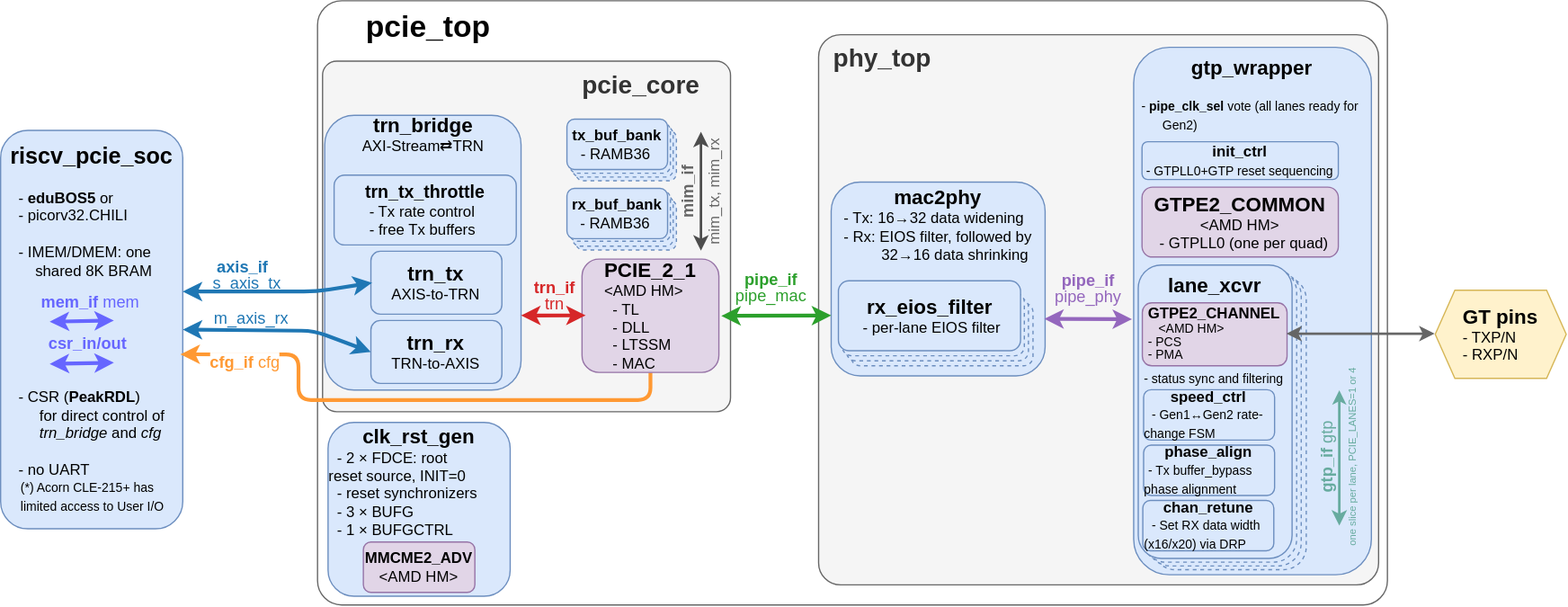
Before: 0.doc/2.rtl/block-diagram.drawio.svg, a diagram exported from draw.io (chili-chips-ba/openPCIE). Source tidied: cells renumbered, new cells last; positions are measured from the earlier drawing's top-left corner, leaving out a move shared by most shapes.
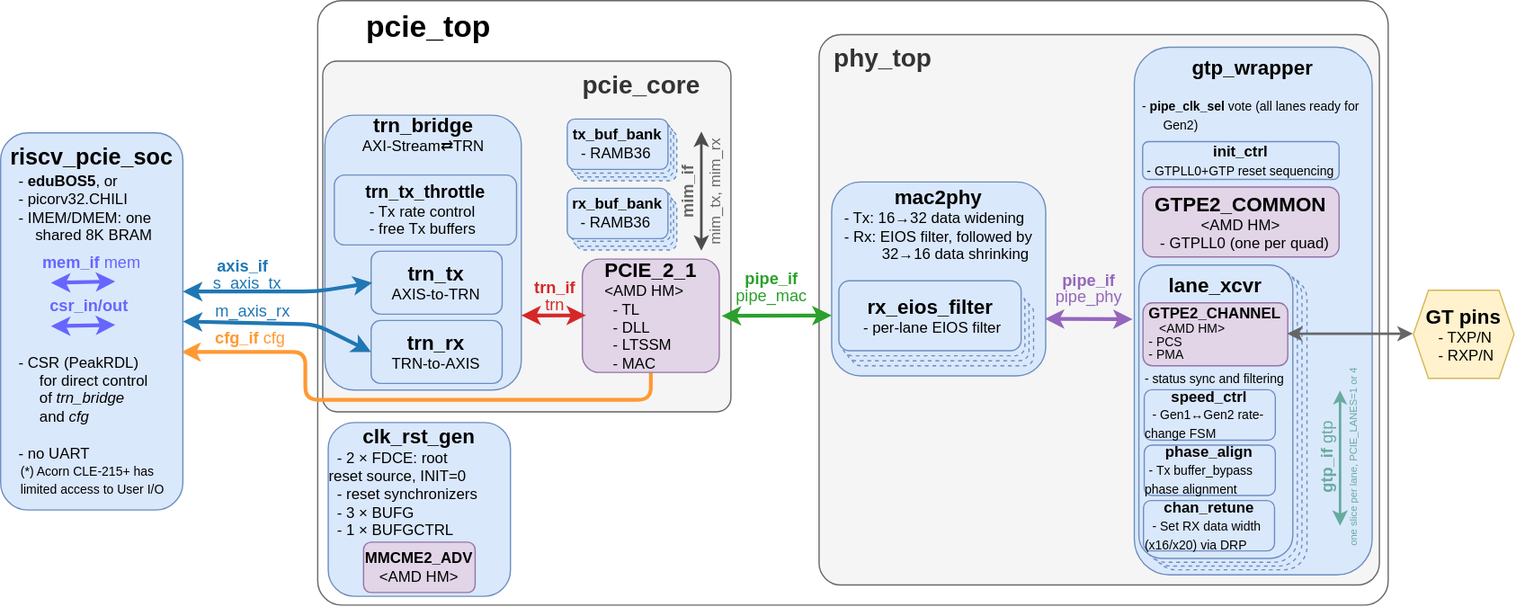
Above is the later version.

Commit message:
block diagram touchups

The edit, as a diff of the source:
```diff
@@ -26,11 +26,11 @@
     <mxCell id="9" style="rounded=1;whiteSpace=wrap;html=1;fillColor=#dae8fc;strokeColor=#6c8ebf;dashed=1;fontStyle=1;" parent="1" vertex="1">
       <mxGeometry x="675.6" y="240" width="144.7" height="50" as="geometry" />
     </mxCell>
-    <mxCell id="10" value="&lt;b&gt;&lt;font style=&quot;font-size: 16px;&quot;&gt;GT pins&lt;/font&gt;&lt;/b&gt;&lt;br&gt;&lt;div style=&quot;text-align: left;&quot;&gt;&lt;span style=&quot;background-color: transparent; color: light-dark(rgb(0, 0, 0), rgb(255, 255, 255));&quot;&gt;- TXP/N&lt;/span&gt;&lt;/div&gt;&lt;div style=&quot;text-align: left;&quot;&gt;- RXP/N&lt;/div&gt;" style="shape=hexagon;perimeter=hexagonPerimeter2;size=0.15;whiteSpace=wrap;html=1;fillColor=#fff2cc;strokeColor=#d6b656;" parent="1" vertex="1">
-      <mxGeometry x="1140" y="230" width="104.1" height="70" as="geometry" />
+    <mxCell id="10" value="&lt;b&gt;&lt;font style=&quot;font-size: 16px;&quot;&gt;GT pins&lt;/font&gt;&lt;/b&gt;&lt;br&gt;&lt;div style=&quot;text-align: left;&quot;&gt;&lt;span style=&quot;background-color: transparent; color: light-dark(rgb(0, 0, 0), rgb(255, 255, 255));&quot;&gt;&amp;nbsp; &amp;nbsp;- TXP/N&lt;/span&gt;&lt;/div&gt;&lt;div style=&quot;text-align: left;&quot;&gt;&amp;nbsp; &amp;nbsp;- RXP/N&lt;/div&gt;" style="shape=hexagon;perimeter=hexagonPerimeter2;size=0.15;whiteSpace=wrap;html=1;fillColor=#fff2cc;strokeColor=#d6b656;" parent="1" vertex="1">
+      <mxGeometry x="1122" y="230" width="80" height="70" as="geometry" />
     </mxCell>
-    <mxCell id="11" value="&lt;b&gt;&lt;font style=&quot;font-size: 18px;&quot;&gt;riscv_pcie_soc&lt;/font&gt;&lt;/b&gt;&lt;div&gt;&lt;div style=&quot;text-align: left;&quot;&gt;&lt;span style=&quot;background-color: transparent; color: light-dark(rgb(0, 0, 0), rgb(255, 255, 255));&quot;&gt;&lt;br&gt;&lt;/span&gt;&lt;/div&gt;&lt;div style=&quot;text-align: left;&quot;&gt;&lt;span style=&quot;background-color: transparent; color: light-dark(rgb(0, 0, 0), rgb(255, 255, 255));&quot;&gt;&amp;nbsp; -&amp;nbsp;&lt;/span&gt;&lt;span style=&quot;background-color: transparent; color: light-dark(rgb(0, 0, 0), rgb(255, 255, 255));&quot;&gt;&lt;b&gt;eduBOS5&lt;/b&gt; or&lt;/span&gt;&lt;/div&gt;&lt;div style=&quot;text-align: left;&quot;&gt;&lt;span style=&quot;background-color: transparent; color: light-dark(rgb(0, 0, 0), rgb(255, 255, 255));&quot;&gt;&amp;nbsp; - picorv32.CHILI&lt;/span&gt;&lt;/div&gt;&lt;div style=&quot;text-align: left;&quot;&gt;&lt;span style=&quot;background-color: transparent; color: light-dark(rgb(0, 0, 0), rgb(255, 255, 255));&quot;&gt;&amp;nbsp;&lt;/span&gt;&lt;/div&gt;&lt;div style=&quot;text-align: left;&quot;&gt;&amp;nbsp; -&amp;nbsp;IMEM/DMEM: one&lt;/div&gt;&lt;div style=&quot;text-align: left;&quot;&gt;&amp;nbsp; &amp;nbsp; &amp;nbsp; shared 8K BRAM&lt;/div&gt;&lt;div style=&quot;text-align: left;&quot;&gt;&lt;br&gt;&lt;/div&gt;&lt;div style=&quot;text-align: left;&quot;&gt;&lt;br&gt;&lt;/div&gt;&lt;div style=&quot;text-align: left;&quot;&gt;&lt;br&gt;&lt;/div&gt;&lt;div style=&quot;text-align: left;&quot;&gt;&lt;br&gt;&lt;/div&gt;&lt;div style=&quot;text-align: left;&quot;&gt;&lt;br&gt;&lt;/div&gt;&lt;div style=&quot;text-align: left;&quot;&gt;&amp;nbsp;&amp;nbsp;&lt;/div&gt;&lt;div style=&quot;text-align: left;&quot;&gt;&amp;nbsp; - CSR (&lt;b&gt;PeakRDL&lt;/b&gt;)&lt;/div&gt;&lt;div style=&quot;text-align: left;&quot;&gt;&amp;nbsp; &amp;nbsp; &amp;nbsp; &amp;nbsp;for direct control of&lt;/div&gt;&lt;div style=&quot;text-align: left;&quot;&gt;&amp;nbsp; &amp;nbsp; &amp;nbsp; &amp;nbsp;&lt;i style=&quot;background-color: transparent; color: light-dark(rgb(0, 0, 0), rgb(255, 255, 255));&quot;&gt;trn_bridge&amp;nbsp;&lt;/i&gt;&lt;span style=&quot;background-color: transparent; color: light-dark(rgb(0, 0, 0), rgb(255, 255, 255));&quot;&gt;and&lt;/span&gt;&lt;i style=&quot;background-color: transparent; color: light-dark(rgb(0, 0, 0), rgb(255, 255, 255));&quot;&gt; cfg&lt;/i&gt;&lt;/div&gt;&lt;div style=&quot;text-align: left;&quot;&gt;&lt;br&gt;&lt;/div&gt;&lt;div style=&quot;text-align: left;&quot;&gt;&lt;span style=&quot;background-color: transparent; color: light-dark(rgb(0, 0, 0), rgb(255, 255, 255));&quot;&gt;&amp;nbsp; - no UART&lt;/span&gt;&lt;/div&gt;&lt;div style=&quot;text-align: left;&quot;&gt;&lt;span style=&quot;font-size: 10px; background-color: transparent; color: light-dark(rgb(0, 0, 0), rgb(255, 255, 255));&quot;&gt;&amp;nbsp; &amp;nbsp;(*) Acorn CLE-215+ has&lt;/span&gt;&lt;span style=&quot;font-size: 10px; background-color: transparent; color: light-dark(rgb(0, 0, 0), rgb(255, 255, 255));&quot;&gt;&amp;nbsp;&lt;/span&gt;&lt;/div&gt;&lt;div style=&quot;text-align: left;&quot;&gt;&lt;span style=&quot;font-size: 10px; background-color: transparent; color: light-dark(rgb(0, 0, 0), rgb(255, 255, 255));&quot;&gt;&amp;nbsp; &amp;nbsp;limited access to User I/O&lt;br&gt;&lt;/span&gt;&lt;/div&gt;&lt;/div&gt;" style="rounded=1;whiteSpace=wrap;html=1;fillColor=#dae8fc;strokeColor=#6c8ebf;points=[[0,0,1,0,0],[0,0.125,0,0,0],[0,0.25,1,0,0],[0,0.75,1,0,0],[0,1,1,0,0],[0.25,0,1,0,0],[0.25,1,1,0,0],[0.5,0,1,0,0],[0.5,1,1,0,0],[0.75,0,1,0,0],[0.75,1,1,0,0],[1,0,1,0,0],[1,0.25,1,0,0],[1,0.4,0,0,0],[1,0.5,0,0,0],[1,0.604348,0,0,0],[1,1,1,0,0]];" parent="1" vertex="1">
-      <mxGeometry y="103" width="144.7" height="316.5" as="geometry" />
+    <mxCell id="11" value="&lt;b&gt;&lt;font style=&quot;font-size: 18px;&quot;&gt;riscv_pcie_soc&lt;/font&gt;&lt;/b&gt;&lt;div&gt;&lt;div&gt;&lt;div style=&quot;text-align: left;&quot;&gt;&lt;span style=&quot;background-color: transparent; color: light-dark(rgb(0, 0, 0), rgb(255, 255, 255));&quot;&gt;&amp;nbsp; - &lt;b&gt;eduBOS5&lt;/b&gt;, or&lt;/span&gt;&lt;/div&gt;&lt;div style=&quot;text-align: left;&quot;&gt;&lt;span style=&quot;background-color: transparent; color: light-dark(rgb(0, 0, 0), rgb(255, 255, 255));&quot;&gt;&amp;nbsp; - picorv32.CHILI&lt;/span&gt;&lt;/div&gt;&lt;div style=&quot;text-align: left;&quot;&gt;&amp;nbsp; -&amp;nbsp;IMEM/DMEM: one&lt;/div&gt;&lt;div style=&quot;text-align: left;&quot;&gt;&amp;nbsp; &amp;nbsp; &amp;nbsp; shared 8K BRAM&lt;/div&gt;&lt;div style=&quot;text-align: left;&quot;&gt;&lt;br&gt;&lt;/div&gt;&lt;div style=&quot;text-align: left;&quot;&gt;&lt;br&gt;&lt;/div&gt;&lt;div style=&quot;text-align: left;&quot;&gt;&lt;br&gt;&lt;/div&gt;&lt;div style=&quot;text-align: left;&quot;&gt;&lt;br&gt;&lt;/div&gt;&lt;div style=&quot;text-align: left;&quot;&gt;&lt;br&gt;&lt;/div&gt;&lt;div style=&quot;text-align: left;&quot;&gt;&amp;nbsp;&amp;nbsp;&lt;/div&gt;&lt;div style=&quot;text-align: left;&quot;&gt;&amp;nbsp; - CSR (PeakRDL)&lt;/div&gt;&lt;div style=&quot;text-align: left;&quot;&gt;&amp;nbsp; &amp;nbsp; &amp;nbsp; &amp;nbsp;for direct control&lt;/div&gt;&lt;div style=&quot;text-align: left;&quot;&gt;&amp;nbsp; &amp;nbsp; &amp;nbsp; &amp;nbsp;of &lt;i style=&quot;background-color: transparent; color: light-dark(rgb(0, 0, 0), rgb(255, 255, 255));&quot;&gt;trn_bridge&lt;/i&gt;&lt;/div&gt;&lt;div style=&quot;text-align: left;&quot;&gt;&lt;i style=&quot;background-color: transparent; color: light-dark(rgb(0, 0, 0), rgb(255, 255, 255));&quot;&gt;&amp;nbsp; &amp;nbsp; &amp;nbsp; &amp;nbsp;&lt;/i&gt;&lt;span style=&quot;background-color: transparent; color: light-dark(rgb(0, 0, 0), rgb(255, 255, 255));&quot;&gt;and&lt;/span&gt;&lt;i style=&quot;background-color: transparent; color: light-dark(rgb(0, 0, 0), rgb(255, 255, 255));&quot;&gt; cfg&lt;/i&gt;&lt;/div&gt;&lt;div style=&quot;text-align: left;&quot;&gt;&lt;br&gt;&lt;/div&gt;&lt;div style=&quot;text-align: left;&quot;&gt;&lt;span style=&quot;background-color: transparent; color: light-dark(rgb(0, 0, 0), rgb(255, 255, 255));&quot;&gt;&amp;nbsp; - no UART&lt;/span&gt;&lt;/div&gt;&lt;div style=&quot;text-align: left;&quot;&gt;&lt;span style=&quot;font-size: 10px; background-color: transparent; color: light-dark(rgb(0, 0, 0), rgb(255, 255, 255));&quot;&gt;&amp;nbsp; &amp;nbsp;(*) Acorn CLE-215+ has&lt;/span&gt;&lt;span style=&quot;font-size: 10px; background-color: transparent; color: light-dark(rgb(0, 0, 0), rgb(255, 255, 255));&quot;&gt;&amp;nbsp;&lt;/span&gt;&lt;/div&gt;&lt;div style=&quot;text-align: left;&quot;&gt;&lt;span style=&quot;font-size: 10px; background-color: transparent; color: light-dark(rgb(0, 0, 0), rgb(255, 255, 255));&quot;&gt;&amp;nbsp; &amp;nbsp;limited access to User I/O&lt;/span&gt;&lt;/div&gt;&lt;/div&gt;&lt;/div&gt;" style="rounded=1;whiteSpace=wrap;html=1;fillColor=#dae8fc;strokeColor=#6c8ebf;points=[[0,0,1,0,0],[0,0.125,0,0,0],[0,0.25,1,0,0],[0,0.75,1,0,0],[0,1,1,0,0],[0.25,0,1,0,0],[0.25,1,1,0,0],[0.5,0,1,0,0],[0.5,1,1,0,0],[0.75,0,1,0,0],[0.75,1,1,0,0],[1,0,1,0,0],[1,0.25,1,0,0],[1,0.4,0,0,0],[1,0.5,0,0,0],[1,0.604348,0,0,0],[1,1,1,0,0]];" parent="1" vertex="1">
+      <mxGeometry y="105" width="144.7" height="299.5" as="geometry" />
     </mxCell>
     <mxCell id="12" value="&lt;font style=&quot;font-size: 20px;&quot;&gt;pcie_core&amp;nbsp; &amp;nbsp;&amp;nbsp;&lt;/font&gt;" style="rounded=1;arcSize=4;whiteSpace=wrap;html=1;fillColor=#f5f5f5;strokeColor=#666666;fontStyle=1;verticalAlign=top;align=right;spacingLeft=10;fontColor=#333333;" parent="1" vertex="1">
       <mxGeometry x="255.8" y="48" width="324.2" height="278.5" as="geometry" />
@@ -47,18 +47,18 @@
     <mxCell id="15" value="&lt;b&gt;&lt;font style=&quot;font-size: 16px;&quot;&gt;trn_bridge&lt;/font&gt;&lt;/b&gt;&lt;br&gt;AXI-Stream⇄TRN&lt;div&gt;&lt;br&gt;&lt;div&gt;&lt;br&gt;&lt;/div&gt;&lt;div&gt;&lt;div&gt;&lt;div&gt;&lt;br&gt;&lt;/div&gt;&lt;div&gt;&lt;br&gt;&lt;/div&gt;&lt;div&gt;&lt;br&gt;&lt;div&gt;&lt;br&gt;&lt;/div&gt;&lt;div&gt;&lt;br&gt;&lt;/div&gt;&lt;div&gt;&lt;br&gt;&lt;/div&gt;&lt;div&gt;&lt;br&gt;&lt;/div&gt;&lt;div&gt;&lt;br&gt;&lt;/div&gt;&lt;div&gt;&lt;br&gt;&lt;/div&gt;&lt;div&gt;&lt;br&gt;&lt;/div&gt;&lt;div&gt;&lt;br&gt;&lt;/div&gt;&lt;/div&gt;&lt;/div&gt;&lt;/div&gt;&lt;/div&gt;" style="rounded=1;whiteSpace=wrap;html=1;fillColor=#dae8fc;strokeColor=#6c8ebf;points=[[0,0,1,0,0],[0,0.295652,0,0,0],[0,0.473913,0,0,0],[0,0.634783,0,0,0],[0,1,1,0,0],[0.25,0,1,0,0],[0.25,1,1,0,0],[0.5,0,1,0,0],[0.5,1,1,0,0],[0.75,0,1,0,0],[0.75,1,1,0,0],[1,0,1,0,0],[1,0.25,1,0,0],[1,0.5,1,0,0],[1,0.728522,0,0,0],[1,1,1,0,0]];" parent="1" vertex="1">
       <mxGeometry x="257.6" y="91" width="156" height="218.2" as="geometry" />
     </mxCell>
-    <mxCell id="16" style="edgeStyle=orthogonalEdgeStyle;rounded=1;jettySize=auto;html=1;exitX=0.5;exitY=1;exitDx=0;exitDy=0;fillColor=#ffe6cc;strokeColor=#FF9933;strokeWidth=3;entryX=0.987;entryY=0.562;entryDx=0;entryDy=0;entryPerimeter=0;curved=0;" parent="1" edge="1" source="18" target="11">
-      <mxGeometry x="-0.02" relative="1" as="geometry">
+    <mxCell id="16" style="edgeStyle=orthogonalEdgeStyle;rounded=1;jettySize=auto;html=1;exitX=0.5;exitY=1;exitDx=0;exitDy=0;fillColor=#ffe6cc;strokeColor=#FF9933;strokeWidth=3;entryX=0.992;entryY=0.581;entryDx=0;entryDy=0;entryPerimeter=0;curved=0;" parent="1" edge="1" source="18" target="11">
+      <mxGeometry relative="1" as="geometry">
         <Array as="points">
-          <mxPoint x="516.4" y="317.2" />
-          <mxPoint x="236.7" y="317.2" />
-          <mxPoint x="236.7" y="280.9" />
+          <mxPoint x="516.4" y="317" />
+          <mxPoint x="242" y="317" />
+          <mxPoint x="242" y="279.8" />
         </Array>
       </mxGeometry>
     </mxCell>
     <mxCell id="17" value="&lt;span style=&quot;color: rgb(255, 153, 51);&quot;&gt;&lt;font style=&quot;font-size: 13px;&quot;&gt;&lt;b&gt;cfg_if&lt;/b&gt; cfg&lt;/font&gt;&lt;/span&gt;" style="edgeLabel;html=1;align=center;verticalAlign=middle;" parent="16" vertex="1">
-      <mxGeometry x="0.05" y="1" relative="1" as="geometry">
-        <mxPoint x="-119" y="-32" as="offset" />
+      <mxGeometry x="0.06" y="1" relative="1" as="geometry">
+        <mxPoint x="-111" y="-51" as="offset" />
       </mxGeometry>
     </mxCell>
     <mxCell id="18" value="&lt;b&gt;&lt;font style=&quot;font-size: 16px;&quot;&gt;PCIE_2_1&lt;/font&gt;&lt;/b&gt;&lt;br&gt;&lt;div style=&quot;text-align: left;&quot;&gt;&lt;span style=&quot;background-color: transparent; color: light-dark(rgb(0, 0, 0), rgb(255, 255, 255));&quot;&gt;&amp;lt;AMD HM&amp;gt;&lt;/span&gt;&lt;/div&gt;&lt;div style=&quot;text-align: left;&quot;&gt;&amp;nbsp; - TL&lt;/div&gt;&lt;div style=&quot;text-align: left;&quot;&gt;&amp;nbsp; - DLL&lt;/div&gt;&lt;div style=&quot;text-align: left;&quot;&gt;&amp;nbsp; - LTSSM&lt;/div&gt;&lt;div style=&quot;text-align: left;&quot;&gt;&amp;nbsp; - MAC&lt;/div&gt;" style="rounded=1;whiteSpace=wrap;html=1;fillColor=#e1d5e7;strokeColor=#9673a6;points=[[0,0,1,0,0],[0,0.25,1,0,0],[0,0.441718,0,0,0],[0,0.75,1,0,0],[0,1,1,0,0],[0.25,0,1,0,0],[0.25,1,1,0,0],[0.5,0,1,0,0],[0.5,1,1,0,0],[0.75,0,1,0,0],[0.75,1,1,0,0],[1,0,1,0,0],[1,0.25,1,0,0],[1,0.5,1,0,0],[1,0.75,1,0,0],[1,1,1,0,0]];" parent="1" vertex="1">
@@ -72,7 +72,7 @@
     <mxCell id="20" value="&lt;div&gt;&lt;span style=&quot;font-weight: normal;&quot;&gt;m_axis_rx&lt;/span&gt;&lt;/div&gt;" style="endArrow=classic;startArrow=classic;html=1;strokeWidth=3;strokeColor=#1f77b4;fontColor=#1f77b4;labelBackgroundColor=none;fontStyle=1;fontSize=13;exitX=1;exitY=0.5;exitDx=0;exitDy=0;exitPerimeter=0;entryX=0;entryY=0.5;entryDx=0;entryDy=0;" parent="1" edge="1" source="11" target="22">
       <mxGeometry x="-0.29" y="10" relative="1" as="geometry">
         <Array as="points">
-          <mxPoint x="249" y="262.2" />
+          <mxPoint x="250" y="257" />
         </Array>
       </mxGeometry>
     </mxCell>
@@ -86,7 +86,7 @@
       <mxGeometry x="265" y="138.5" width="144.7" height="55.5" as="geometry" />
     </mxCell>
     <mxCell id="24" value="&lt;div style=&quot;line-height: 100%;&quot;&gt;axis_if&lt;br&gt;&lt;span style=&quot;font-weight: normal;&quot;&gt;&amp;nbsp; s_axis_tx&lt;/span&gt;&lt;/div&gt;" style="endArrow=classic;startArrow=classic;html=1;strokeWidth=3;strokeColor=#1f77b4;fontColor=#1f77b4;labelBackgroundColor=none;fontStyle=1;fontSize=13;entryX=0;entryY=0.5;entryDx=0;entryDy=0;exitX=1;exitY=0.4;exitDx=0;exitDy=0;exitPerimeter=0;" parent="1" edge="1">
-      <mxGeometry x="-0.38" y="14" relative="1" as="geometry">
+      <mxGeometry x="-0.37" y="14" relative="1" as="geometry">
         <mxPoint x="144.7" y="231" as="sourcePoint" />
         <mxPoint x="295.2" y="224" as="targetPoint" />
         <Array as="points">
@@ -120,19 +120,19 @@
     </mxCell>
     <mxCell id="32" value="&lt;div style=&quot;line-height: 90%;&quot;&gt;&lt;span style=&quot;color: rgb(102, 102, 255);&quot;&gt;mem_if&amp;nbsp;&lt;/span&gt;&lt;span style=&quot;color: rgb(102, 102, 255); font-weight: normal; background-color: transparent;&quot;&gt;mem&lt;/span&gt;&lt;/div&gt;" style="endArrow=classic;startArrow=classic;html=1;strokeWidth=3;strokeColor=#6666FF;fontColor=#d62728;labelBackgroundColor=none;fontStyle=1;fontSize=13;entryX=-0.001;entryY=0.477;entryDx=0;entryDy=0;exitX=1;exitY=0.75;exitDx=0;exitDy=0;entryPerimeter=0;" parent="1" edge="1">
       <mxGeometry x="0.27" y="15" relative="1" as="geometry">
-        <mxPoint x="39" y="255" as="sourcePoint" />
-        <mxPoint x="90" y="254" as="targetPoint" />
+        <mxPoint x="40" y="224" as="sourcePoint" />
+        <mxPoint x="91" y="223" as="targetPoint" />
         <Array as="points">
-          <mxPoint x="40" y="255" />
+          <mxPoint x="41" y="224" />
         </Array>
       </mxGeometry>
     </mxCell>
     <mxCell id="33" value="&lt;div style=&quot;line-height: 90%;&quot;&gt;&lt;span style=&quot;color: rgb(102, 102, 255);&quot;&gt;csr_in/out&lt;/span&gt;&lt;/div&gt;" style="endArrow=classic;startArrow=classic;html=1;strokeWidth=3;strokeColor=#6666FF;fontColor=#d62728;labelBackgroundColor=none;fontStyle=1;fontSize=13;entryX=-0.001;entryY=0.477;entryDx=0;entryDy=0;exitX=1;exitY=0.75;exitDx=0;exitDy=0;entryPerimeter=0;" parent="1" edge="1">
       <mxGeometry x="0.19" y="16" relative="1" as="geometry">
-        <mxPoint x="39" y="288.5" as="sourcePoint" />
-        <mxPoint x="90" y="287.5" as="targetPoint" />
+        <mxPoint x="40" y="258.5" as="sourcePoint" />
+        <mxPoint x="91" y="257.5" as="targetPoint" />
         <Array as="points">
-          <mxPoint x="40" y="288.5" />
+          <mxPoint x="41" y="258.5" />
         </Array>
       </mxGeometry>
     </mxCell>
```
